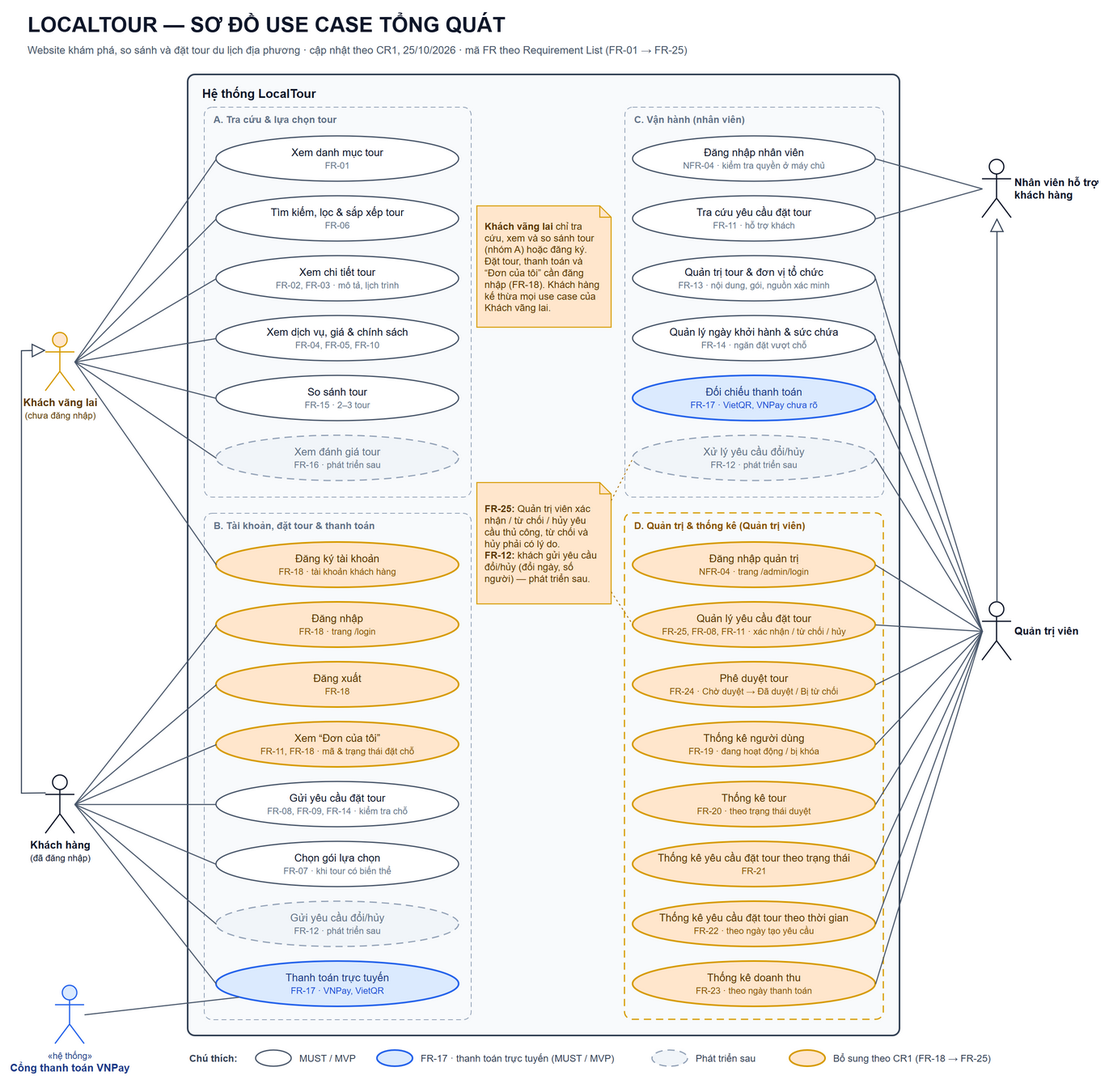
Before: docs/diagram/so-do-use-case-tong-quat_localtour.drawio.png, a diagram exported from draw.io (kannar04/LocalTour_Project). Source tidied: cells renumbered, new cells last; positions are measured from the earlier drawing's top-left corner, leaving out a move shared by most shapes.
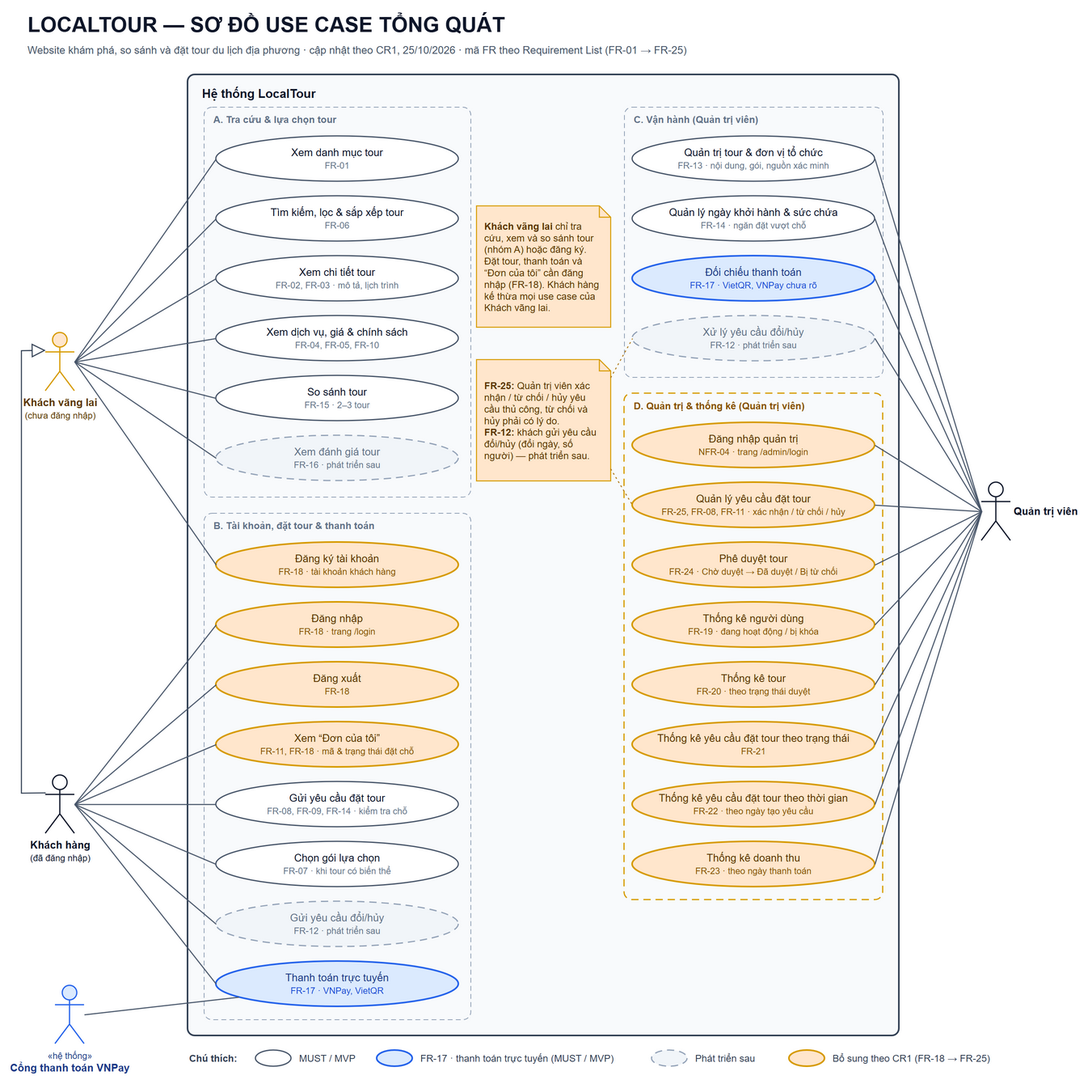
Later version of the same file.

Commit message:
Sửa sơ đồ use case và BPMN theo phạm vi Sprint 3

The edit, as a diff of the source:
```diff
@@ -19,7 +19,7 @@
     </mxCell>
-    <mxCell id="7" value="C. Vận hành (nhân viên)" style="rounded=1;arcSize=3;html=1;whiteSpace=wrap;fillColor=none;strokeColor=#94a3b8;dashed=1;dashPattern=6 4;verticalAlign=top;align=left;spacingLeft=10;spacingTop=2;fontSize=12;fontStyle=1;fontColor=#64748b;" parent="1" vertex="1">
-      <mxGeometry x="746" y="122" width="320" height="482" as="geometry" />
+    <mxCell id="7" value="C. Vận hành (Quản trị viên)" style="rounded=1;arcSize=3;html=1;whiteSpace=wrap;fillColor=none;strokeColor=#94a3b8;dashed=1;dashPattern=6 4;verticalAlign=top;align=left;spacingLeft=10;spacingTop=2;fontSize=12;fontStyle=1;fontColor=#64748b;" parent="1" vertex="1">
+      <mxGeometry x="746" y="122" width="320" height="334" as="geometry" />
     </mxCell>
     <mxCell id="8" value="D. Quản trị &amp;amp; thống kê (Quản trị viên)" style="rounded=1;arcSize=3;html=1;whiteSpace=wrap;fillColor=none;strokeColor=#d79b00;strokeWidth=1.5;dashed=1;dashPattern=6 4;verticalAlign=top;align=left;spacingLeft=10;spacingTop=2;fontSize=12;fontStyle=1;fontColor=#8a5300;" parent="1" vertex="1">
-      <mxGeometry x="746" y="624" width="320" height="626" as="geometry" />
+      <mxGeometry x="746" y="476" width="320" height="626" as="geometry" />
     </mxCell>
@@ -67,43 +67,37 @@
     </mxCell>
-    <mxCell id="23" value="Đăng nhập nhân viên&lt;br&gt;&lt;span style=&quot;font-size:11px;color:#64748b&quot;&gt;NFR-04 · kiểm tra quyền ở máy chủ&lt;/span&gt;" style="ellipse;html=1;whiteSpace=wrap;fillColor=#ffffff;strokeColor=#475569;strokeWidth=1.5;fontSize=13;fontColor=#0f172a;spacing=6;" parent="1" vertex="1">
-      <mxGeometry x="756" y="158" width="300" height="56" as="geometry" />
-    </mxCell>
-    <mxCell id="24" value="Tra cứu yêu cầu đặt tour&lt;br&gt;&lt;span style=&quot;font-size:11px;color:#64748b&quot;&gt;FR-11 · hỗ trợ khách&lt;/span&gt;" style="ellipse;html=1;whiteSpace=wrap;fillColor=#ffffff;strokeColor=#475569;strokeWidth=1.5;fontSize=13;fontColor=#0f172a;spacing=6;" parent="1" vertex="1">
-      <mxGeometry x="756" y="232" width="300" height="56" as="geometry" />
-    </mxCell>
     <mxCell id="25" value="Quản trị tour &amp;amp; đơn vị tổ chức&lt;br&gt;&lt;span style=&quot;font-size:11px;color:#64748b&quot;&gt;FR-13 · nội dung, gói, nguồn xác minh&lt;/span&gt;" style="ellipse;html=1;whiteSpace=wrap;fillColor=#ffffff;strokeColor=#475569;strokeWidth=1.5;fontSize=13;fontColor=#0f172a;spacing=6;" parent="1" vertex="1">
-      <mxGeometry x="756" y="306" width="300" height="56" as="geometry" />
+      <mxGeometry x="756" y="158" width="300" height="56" as="geometry" />
     </mxCell>
     <mxCell id="26" value="Quản lý ngày khởi hành &amp;amp; sức chứa&lt;br&gt;&lt;span style=&quot;font-size:11px;color:#64748b&quot;&gt;FR-14 · ngăn đặt vượt chỗ&lt;/span&gt;" style="ellipse;html=1;whiteSpace=wrap;fillColor=#ffffff;strokeColor=#475569;strokeWidth=1.5;fontSize=13;fontColor=#0f172a;spacing=6;" parent="1" vertex="1">
-      <mxGeometry x="756" y="380" width="300" height="56" as="geometry" />
+      <mxGeometry x="756" y="232" width="300" height="56" as="geometry" />
     </mxCell>
     <mxCell id="27" value="Đối chiếu thanh toán&lt;br&gt;&lt;span style=&quot;font-size:11px;color:#1d4ed8&quot;&gt;FR-17 · VietQR, VNPay chưa rõ&lt;/span&gt;" style="ellipse;html=1;whiteSpace=wrap;fillColor=#dbeafe;strokeColor=#2563eb;strokeWidth=2;fontSize=13;fontColor=#1e3a8a;spacing=6;" parent="1" vertex="1">
-      <mxGeometry x="756" y="454" width="300" height="56" as="geometry" />
+      <mxGeometry x="756" y="306" width="300" height="56" as="geometry" />
     </mxCell>
     <mxCell id="28" value="Xử lý yêu cầu đổi/hủy&lt;br&gt;&lt;span style=&quot;font-size:11px;color:#64748b&quot;&gt;FR-12 · phát triển sau&lt;/span&gt;" style="ellipse;html=1;whiteSpace=wrap;fillColor=#f1f5f9;strokeColor=#94a3b8;strokeWidth=1.5;dashed=1;dashPattern=6 4;fontSize=13;fontColor=#64748b;spacing=6;" parent="1" vertex="1">
-      <mxGeometry x="756" y="528" width="300" height="56" as="geometry" />
+      <mxGeometry x="756" y="380" width="300" height="56" as="geometry" />
     </mxCell>
     <mxCell id="29" value="Đăng nhập quản trị&lt;br&gt;&lt;span style=&quot;font-size:11px;color:#8a5300&quot;&gt;NFR-04 · trang /admin/login&lt;/span&gt;" style="ellipse;html=1;whiteSpace=wrap;fillColor=#ffe6cc;strokeColor=#d79b00;strokeWidth=2;fontSize=13;fontColor=#5c3700;spacing=6;" parent="1" vertex="1">
-      <mxGeometry x="756" y="660" width="300" height="56" as="geometry" />
+      <mxGeometry x="756" y="512" width="300" height="56" as="geometry" />
     </mxCell>
     <mxCell id="30" value="Quản lý yêu cầu đặt tour&lt;br&gt;&lt;span style=&quot;font-size:11px;color:#8a5300&quot;&gt;FR-25, FR-08, FR-11 · xác nhận / từ chối / hủy&lt;/span&gt;" style="ellipse;html=1;whiteSpace=wrap;fillColor=#ffe6cc;strokeColor=#d79b00;strokeWidth=2;fontSize=13;fontColor=#5c3700;spacing=6;" parent="1" vertex="1">
-      <mxGeometry x="756" y="734" width="300" height="56" as="geometry" />
+      <mxGeometry x="756" y="586" width="300" height="56" as="geometry" />
     </mxCell>
     <mxCell id="31" value="Phê duyệt tour&lt;br&gt;&lt;span style=&quot;font-size:11px;color:#8a5300&quot;&gt;FR-24 · Chờ duyệt → Đã duyệt / Bị từ chối&lt;/span&gt;" style="ellipse;html=1;whiteSpace=wrap;fillColor=#ffe6cc;strokeColor=#d79b00;strokeWidth=2;fontSize=13;fontColor=#5c3700;spacing=6;" parent="1" vertex="1">
-      <mxGeometry x="756" y="808" width="300" height="56" as="geometry" />
+      <mxGeometry x="756" y="660" width="300" height="56" as="geometry" />
     </mxCell>
     <mxCell id="32" value="Thống kê người dùng&lt;br&gt;&lt;span style=&quot;font-size:11px;color:#8a5300&quot;&gt;FR-19 · đang hoạt động / bị khóa&lt;/span&gt;" style="ellipse;html=1;whiteSpace=wrap;fillColor=#ffe6cc;strokeColor=#d79b00;strokeWidth=2;fontSize=13;fontColor=#5c3700;spacing=6;" parent="1" vertex="1">
-      <mxGeometry x="756" y="882" width="300" height="56" as="geometry" />
+      <mxGeometry x="756" y="734" width="300" height="56" as="geometry" />
     </mxCell>
     <mxCell id="33" value="Thống kê tour&lt;br&gt;&lt;span style=&quot;font-size:11px;color:#8a5300&quot;&gt;FR-20 · theo trạng thái duyệt&lt;/span&gt;" style="ellipse;html=1;whiteSpace=wrap;fillColor=#ffe6cc;strokeColor=#d79b00;strokeWidth=2;fontSize=13;fontColor=#5c3700;spacing=6;" parent="1" vertex="1">
-      <mxGeometry x="756" y="956" width="300" height="56" as="geometry" />
+      <mxGeometry x="756" y="808" width="300" height="56" as="geometry" />
     </mxCell>
     <mxCell id="34" value="Thống kê yêu cầu đặt tour theo trạng thái&lt;br&gt;&lt;span style=&quot;font-size:11px;color:#8a5300&quot;&gt;FR-21&lt;/span&gt;" style="ellipse;html=1;whiteSpace=wrap;fillColor=#ffe6cc;strokeColor=#d79b00;strokeWidth=2;fontSize=13;fontColor=#5c3700;spacing=6;" parent="1" vertex="1">
-      <mxGeometry x="756" y="1030" width="300" height="56" as="geometry" />
+      <mxGeometry x="756" y="882" width="300" height="56" as="geometry" />
     </mxCell>
     <mxCell id="35" value="Thống kê yêu cầu đặt tour theo thời gian&lt;br&gt;&lt;span style=&quot;font-size:11px;color:#8a5300&quot;&gt;FR-22 · theo ngày tạo yêu cầu&lt;/span&gt;" style="ellipse;html=1;whiteSpace=wrap;fillColor=#ffe6cc;strokeColor=#d79b00;strokeWidth=2;fontSize=13;fontColor=#5c3700;spacing=6;" parent="1" vertex="1">
-      <mxGeometry x="756" y="1104" width="300" height="56" as="geometry" />
+      <mxGeometry x="756" y="956" width="300" height="56" as="geometry" />
     </mxCell>
     <mxCell id="36" value="Thống kê doanh thu&lt;br&gt;&lt;span style=&quot;font-size:11px;color:#8a5300&quot;&gt;FR-23 · theo ngày thanh toán&lt;/span&gt;" style="ellipse;html=1;whiteSpace=wrap;fillColor=#ffe6cc;strokeColor=#d79b00;strokeWidth=2;fontSize=13;fontColor=#5c3700;spacing=6;" parent="1" vertex="1">
-      <mxGeometry x="756" y="1178" width="300" height="56" as="geometry" />
+      <mxGeometry x="756" y="1030" width="300" height="56" as="geometry" />
     </mxCell>
@@ -118,7 +112,4 @@
     </mxCell>
-    <mxCell id="40" value="Nhân viên hỗ trợ&lt;br&gt;khách hàng" style="shape=umlActor;html=1;verticalLabelPosition=bottom;verticalAlign=top;outlineConnect=0;fillColor=#ffffff;strokeColor=#0f172a;strokeWidth=1.5;fontSize=13;fontStyle=1;fontColor=#0f172a;labelPosition=right;verticalLabelPosition=middle;align=left;verticalAlign=middle;spacingLeft=2;" parent="1" vertex="1">
-      <mxGeometry x="1188" y="187" width="36" height="72" as="geometry" />
-    </mxCell>
     <mxCell id="41" value="Quản trị viên" style="shape=umlActor;html=1;verticalLabelPosition=bottom;verticalAlign=top;outlineConnect=0;fillColor=#ffffff;strokeColor=#0f172a;strokeWidth=1.5;fontSize=13;fontStyle=1;fontColor=#0f172a;labelPosition=right;verticalLabelPosition=middle;align=left;verticalAlign=middle;spacingLeft=2;" parent="1" vertex="1">
-      <mxGeometry x="1188" y="734" width="36" height="72" as="geometry" />
+      <mxGeometry x="1188" y="586" width="36" height="72" as="geometry" />
     </mxCell>
@@ -169,67 +160,58 @@
     </mxCell>
-    <mxCell id="57" style="html=1;endArrow=none;rounded=0;strokeColor=#475569;strokeWidth=1.3;exitX=0;exitY=0.5;exitDx=0;exitDy=0;entryX=1;entryY=0.5;entryDx=0;entryDy=0;" parent="1" edge="1" source="40" target="23">
+    <mxCell id="57" style="html=1;endArrow=none;rounded=0;strokeColor=#475569;strokeWidth=1.3;exitX=0;exitY=0.5;exitDx=0;exitDy=0;entryX=1;entryY=0.5;entryDx=0;entryDy=0;" parent="1" edge="1" source="41" target="25">
       <mxGeometry relative="1" as="geometry" />
     </mxCell>
-    <mxCell id="58" style="html=1;endArrow=none;rounded=0;strokeColor=#475569;strokeWidth=1.3;exitX=0;exitY=0.5;exitDx=0;exitDy=0;entryX=1;entryY=0.5;entryDx=0;entryDy=0;" parent="1" edge="1" source="40" target="24">
+    <mxCell id="58" style="html=1;endArrow=none;rounded=0;strokeColor=#475569;strokeWidth=1.3;exitX=0;exitY=0.5;exitDx=0;exitDy=0;entryX=1;entryY=0.5;entryDx=0;entryDy=0;" parent="1" edge="1" source="41" target="26">
       <mxGeometry relative="1" as="geometry" />
     </mxCell>
-    <mxCell id="59" style="html=1;endArrow=none;rounded=0;strokeColor=#475569;strokeWidth=1.3;exitX=0;exitY=0.5;exitDx=0;exitDy=0;entryX=1;entryY=0.5;entryDx=0;entryDy=0;" parent="1" edge="1" source="41" target="25">
+    <mxCell id="59" style="html=1;endArrow=none;rounded=0;strokeColor=#475569;strokeWidth=1.3;exitX=0;exitY=0.5;exitDx=0;exitDy=0;entryX=1;entryY=0.5;entryDx=0;entryDy=0;" parent="1" edge="1" source="41" target="27">
       <mxGeometry relative="1" as="geometry" />
     </mxCell>
-    <mxCell id="60" style="html=1;endArrow=none;rounded=0;strokeColor=#475569;strokeWidth=1.3;exitX=0;exitY=0.5;exitDx=0;exitDy=0;entryX=1;entryY=0.5;entryDx=0;entryDy=0;" parent="1" edge="1" source="41" target="26">
+    <mxCell id="60" style="html=1;endArrow=none;rounded=0;strokeColor=#475569;strokeWidth=1.3;exitX=0;exitY=0.5;exitDx=0;exitDy=0;entryX=1;entryY=0.5;entryDx=0;entryDy=0;" parent="1" edge="1" source="41" target="28">
       <mxGeometry relative="1" as="geometry" />
     </mxCell>
-    <mxCell id="61" style="html=1;endArrow=none;rounded=0;strokeColor=#475569;strokeWidth=1.3;exitX=0;exitY=0.5;exitDx=0;exitDy=0;entryX=1;entryY=0.5;entryDx=0;entryDy=0;" parent="1" edge="1" source="41" target="27">
+    <mxCell id="61" style="html=1;endArrow=none;rounded=0;strokeColor=#475569;strokeWidth=1.3;exitX=0;exitY=0.5;exitDx=0;exitDy=0;entryX=1;entryY=0.5;entryDx=0;entryDy=0;" parent="1" edge="1" source="41" target="29">
       <mxGeometry relative="1" as="geometry" />
     </mxCell>
-    <mxCell id="62" style="html=1;endArrow=none;rounded=0;strokeColor=#475569;strokeWidth=1.3;exitX=0;exitY=0.5;exitDx=0;exitDy=0;entryX=1;entryY=0.5;entryDx=0;entryDy=0;" parent="1" edge="1" source="41" target="28">
+    <mxCell id="62" style="html=1;endArrow=none;rounded=0;strokeColor=#475569;strokeWidth=1.3;exitX=0;exitY=0.5;exitDx=0;exitDy=0;entryX=1;entryY=0.5;entryDx=0;entryDy=0;" parent="1" edge="1" source="41" target="30">
       <mxGeometry relative="1" as="geometry" />
     </mxCell>
-    <mxCell id="63" style="html=1;endArrow=none;rounded=0;strokeColor=#475569;strokeWidth=1.3;exitX=0;exitY=0.5;exitDx=0;exitDy=0;entryX=1;entryY=0.5;entryDx=0;entryDy=0;" parent="1" edge="1" source="41" target="29">
+    <mxCell id="63" style="html=1;endArrow=none;rounded=0;strokeColor=#475569;strokeWidth=1.3;exitX=0;exitY=0.5;exitDx=0;exitDy=0;entryX=1;entryY=0.5;entryDx=0;entryDy=0;" parent="1" edge="1" source="41" target="31">
       <mxGeometry relative="1" as="geometry" />
     </mxCell>
-    <mxCell id="64" style="html=1;endArrow=none;rounded=0;strokeColor=#475569;strokeWidth=1.3;exitX=0;exitY=0.5;exitDx=0;exitDy=0;entryX=1;entryY=0.5;entryDx=0;entryDy=0;" parent="1" edge="1" source="41" target="30">
+    <mxCell id="64" style="html=1;endArrow=none;rounded=0;strokeColor=#475569;strokeWidth=1.3;exitX=0;exitY=0.5;exitDx=0;exitDy=0;entryX=1;entryY=0.5;entryDx=0;entryDy=0;" parent="1" edge="1" source="41" target="32">
       <mxGeometry relative="1" as="geometry" />
     </mxCell>
-    <mxCell id="65" style="html=1;endArrow=none;rounded=0;strokeColor=#475569;strokeWidth=1.3;exitX=0;exitY=0.5;exitDx=0;exitDy=0;entryX=1;entryY=0.5;entryDx=0;entryDy=0;" parent="1" edge="1" source="41" target="31">
+    <mxCell id="65" style="html=1;endArrow=none;rounded=0;strokeColor=#475569;strokeWidth=1.3;exitX=0;exitY=0.5;exitDx=0;exitDy=0;entryX=1;entryY=0.5;entryDx=0;entryDy=0;" parent="1" edge="1" source="41" target="33">
       <mxGeometry relative="1" as="geometry" />
     </mxCell>
-    <mxCell id="66" style="html=1;endArrow=none;rounded=0;strokeColor=#475569;strokeWidth=1.3;exitX=0;exitY=0.5;exitDx=0;exitDy=0;entryX=1;entryY=0.5;entryDx=0;entryDy=0;" parent="1" edge="1" source="41" target="32">
+    <mxCell id="66" style="html=1;endArrow=none;rounded=0;strokeColor=#475569;strokeWidth=1.3;exitX=0;exitY=0.5;exitDx=0;exitDy=0;entryX=1;entryY=0.5;entryDx=0;entryDy=0;" parent="1" edge="1" source="41" target="34">
       <mxGeometry relative="1" as="geometry" />
     </mxCell>
-    <mxCell id="67" style="html=1;endArrow=none;rounded=0;strokeColor=#475569;strokeWidth=1.3;exitX=0;exitY=0.5;exitDx=0;exitDy=0;entryX=1;entryY=0.5;entryDx=0;entryDy=0;" parent="1" edge="1" source="41" target="33">
+    <mxCell id="67" style="html=1;endArrow=none;rounded=0;strokeColor=#475569;strokeWidth=1.3;exitX=0;exitY=0.5;exitDx=0;exitDy=0;entryX=1;entryY=0.5;entryDx=0;entryDy=0;" parent="1" edge="1" source="41" target="35">
       <mxGeometry relative="1" as="geometry" />
     </mxCell>
-    <mxCell id="68" style="html=1;endArrow=none;rounded=0;strokeColor=#475569;strokeWidth=1.3;exitX=0;exitY=0.5;exitDx=0;exitDy=0;entryX=1;entryY=0.5;entryDx=0;entryDy=0;" parent="1" edge="1" source="41" target="34">
+    <mxCell id="68" style="html=1;endArrow=none;rounded=0;strokeColor=#475569;strokeWidth=1.3;exitX=0;exitY=0.5;exitDx=0;exitDy=0;entryX=1;entryY=0.5;entryDx=0;entryDy=0;" parent="1" edge="1" source="41" target="36">
       <mxGeometry relative="1" as="geometry" />
     </mxCell>
+    <mxCell id="71" style="html=1;rounded=0;endArrow=block;endFill=0;endSize=14;strokeColor=#334155;strokeWidth=1.3;exitX=0;exitY=0.3;exitDx=0;exitDy=0;entryX=0;entryY=0.3;entryDx=0;entryDy=0;" parent="1" edge="1" source="38" target="37">
+      <mxGeometry relative="1" as="geometry">
+        <Array as="points">
+          <mxPoint y="970" />
+          <mxPoint y="423" />
+        </Array>
+      </mxGeometry>
+    </mxCell>
+    <mxCell id="73" value="&lt;b&gt;Khách vãng lai&lt;/b&gt; chỉ tra cứu, xem và so sánh tour (nhóm A) hoặc đăng ký. Đặt tour, thanh toán và “Đơn của tôi” cần đăng nhập (FR-18). Khách hàng kế thừa mọi use case của Khách vãng lai." style="shape=note;html=1;whiteSpace=wrap;size=14;fillColor=#ffe6cc;strokeColor=#d79b00;strokeWidth=1.2;fontSize=12;fontColor=#5c3700;align=left;verticalAlign=middle;spacingLeft=8;spacingRight=10;spacingTop=2;" parent="1" vertex="1">
+      <mxGeometry x="563" y="244" width="166" height="150" as="geometry" />
+    </mxCell>
+    <mxCell id="74" value="&lt;b&gt;FR-25:&lt;/b&gt; Quản trị viên xác nhận / từ chối / hủy yêu cầu thủ công, từ chối và hủy phải có lý do.&lt;br&gt;&lt;b&gt;FR-12:&lt;/b&gt; khách gửi yêu cầu đổi/hủy (đổi ngày, số người) — phát triển sau." style="shape=note;html=1;whiteSpace=wrap;size=14;fillColor=#ffe6cc;strokeColor=#d79b00;strokeWidth=1.2;fontSize=12;fontColor=#5c3700;align=left;verticalAlign=middle;spacingLeft=8;spacingRight=10;spacingTop=2;" parent="1" vertex="1">
+      <mxGeometry x="563" y="434" width="166" height="150" as="geometry" />
+    </mxCell>
-    <mxCell id="69" style="html=1;endArrow=none;rounded=0;strokeColor=#475569;strokeWidth=1.3;exitX=0;exitY=0.5;exitDx=0;exitDy=0;entryX=1;entryY=0.5;entryDx=0;entryDy=0;" parent="1" edge="1" source="41" target="35">
+    <mxCell id="69" style="html=1;endArrow=none;rounded=0;dashed=1;dashPattern=2 3;strokeColor=#b07a1a;strokeWidth=1.2;exitX=1;exitY=0.15;exitDx=0;exitDy=0;entryX=0;entryY=0.5;entryDx=0;entryDy=0;" parent="1" edge="1" source="74" target="28">
       <mxGeometry relative="1" as="geometry" />
     </mxCell>
-    <mxCell id="70" style="html=1;endArrow=none;rounded=0;strokeColor=#475569;strokeWidth=1.3;exitX=0;exitY=0.5;exitDx=0;exitDy=0;entryX=1;entryY=0.5;entryDx=0;entryDy=0;" parent="1" edge="1" source="41" target="36">
+    <mxCell id="70" style="html=1;endArrow=none;rounded=0;dashed=1;dashPattern=2 3;strokeColor=#b07a1a;strokeWidth=1.2;exitX=1;exitY=0.9;exitDx=0;exitDy=0;entryX=0;entryY=0.5;entryDx=0;entryDy=0;" parent="1" edge="1" source="74" target="30">
       <mxGeometry relative="1" as="geometry" />
     </mxCell>
-    <mxCell id="71" style="html=1;rounded=0;endArrow=block;endFill=0;endSize=14;strokeColor=#334155;strokeWidth=1.3;exitX=0;exitY=0.3;exitDx=0;exitDy=0;entryX=0;entryY=0.3;entryDx=0;entryDy=0;" parent="1" edge="1" source="38" target="37">
-      <mxGeometry relative="1" as="geometry">
-        <Array as="points">
-          <mxPoint y="970" />
-          <mxPoint y="423" />
-        </Array>
-      </mxGeometry>
-    </mxCell>
-    <mxCell id="72" style="html=1;rounded=0;endArrow=block;endFill=0;endSize=14;strokeColor=#334155;strokeWidth=1.3;exitX=0.5;exitY=0;exitDx=0;exitDy=0;entryX=0.5;entryY=1;entryDx=0;entryDy=0;" parent="1" edge="1" source="41" target="40">
-      <mxGeometry relative="1" as="geometry" />
-    </mxCell>
-    <mxCell id="73" value="&lt;b&gt;Khách vãng lai&lt;/b&gt; chỉ tra cứu, xem và so sánh tour (nhóm A) hoặc đăng ký. Đặt tour, thanh toán và “Đơn của tôi” cần đăng nhập (FR-18). Khách hàng kế thừa mọi use case của Khách vãng lai." style="shape=note;html=1;whiteSpace=wrap;size=14;fillColor=#ffe6cc;strokeColor=#d79b00;strokeWidth=1.2;fontSize=12;fontColor=#5c3700;align=left;verticalAlign=middle;spacingLeft=8;spacingRight=10;spacingTop=2;" parent="1" vertex="1">
-      <mxGeometry x="563" y="244" width="166" height="150" as="geometry" />
-    </mxCell>
-    <mxCell id="74" value="&lt;b&gt;FR-25:&lt;/b&gt; Quản trị viên xác nhận / từ chối / hủy yêu cầu thủ công, từ chối và hủy phải có lý do.&lt;br&gt;&lt;b&gt;FR-12:&lt;/b&gt; khách gửi yêu cầu đổi/hủy (đổi ngày, số người) — phát triển sau." style="shape=note;html=1;whiteSpace=wrap;size=14;fillColor=#ffe6cc;strokeColor=#d79b00;strokeWidth=1.2;fontSize=12;fontColor=#5c3700;align=left;verticalAlign=middle;spacingLeft=8;spacingRight=10;spacingTop=2;" parent="1" vertex="1">
-      <mxGeometry x="563" y="586" width="166" height="150" as="geometry" />
-    </mxCell>
-    <mxCell id="75" style="html=1;endArrow=none;rounded=0;dashed=1;dashPattern=2 3;strokeColor=#b07a1a;strokeWidth=1.2;exitX=1;exitY=0.15;exitDx=0;exitDy=0;entryX=0;entryY=0.5;entryDx=0;entryDy=0;" parent="1" edge="1" source="74" target="28">
-      <mxGeometry relative="1" as="geometry" />
-    </mxCell>
-    <mxCell id="76" style="html=1;endArrow=none;rounded=0;dashed=1;dashPattern=2 3;strokeColor=#b07a1a;strokeWidth=1.2;exitX=1;exitY=0.9;exitDx=0;exitDy=0;entryX=0;entryY=0.5;entryDx=0;entryDy=0;" parent="1" edge="1" source="74" target="30">
-      <mxGeometry relative="1" as="geometry" />
-    </mxCell>
     <mxCell id="77" value="&lt;b&gt;Chú thích:&lt;/b&gt;" style="text;html=1;align=left;verticalAlign=middle;fontSize=12;fontColor=#334155;whiteSpace=wrap;" parent="1" vertex="1">
```
